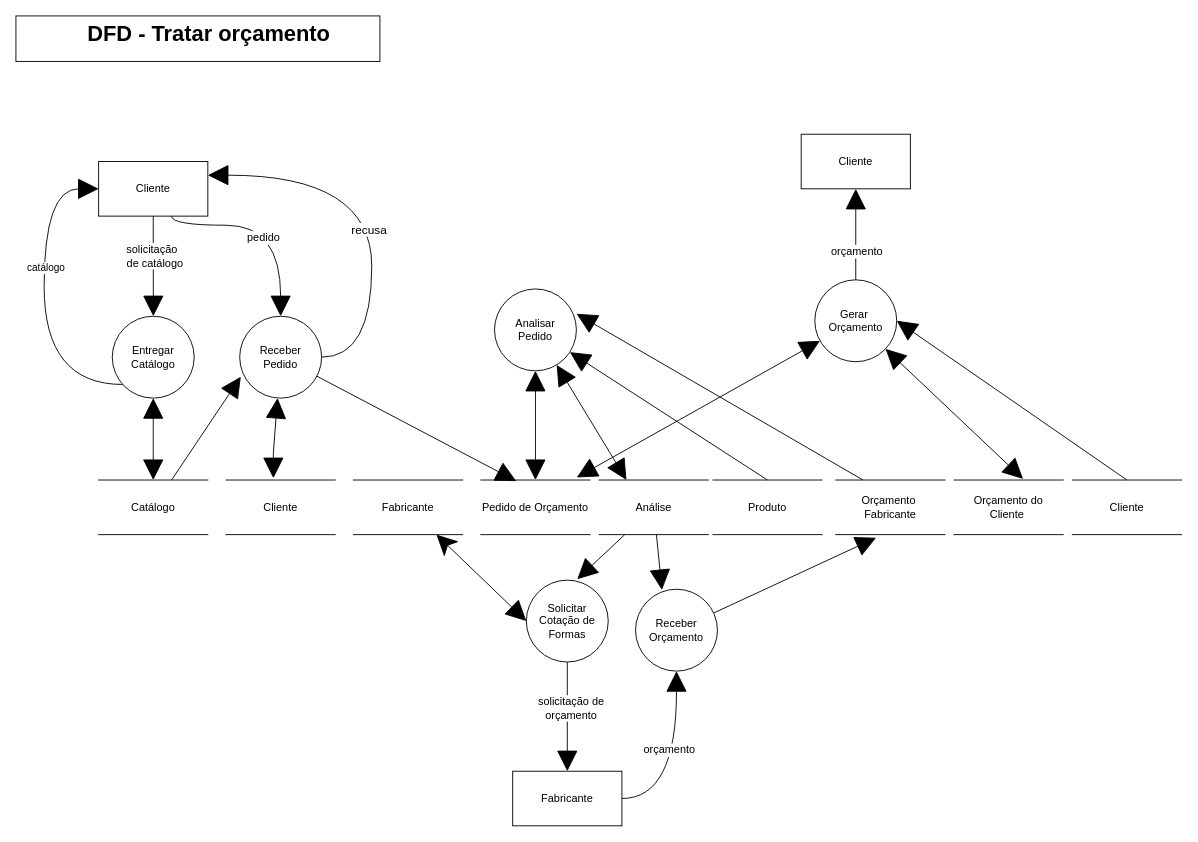
Above: Documentation/DFD Essencial para cada Capacidade/DFD Tratar Orcamento.drawio in Systematicos/FindingApp (draw.io), before the change. Source tidied: cells renumbered, new cells numbered last; positions are measured from the earlier drawing's top-left corner, leaving out a move shared by most shapes. Both pictures are drawn from the tidied source at 91%, with x=0, y=0 at pixel (15, 15).
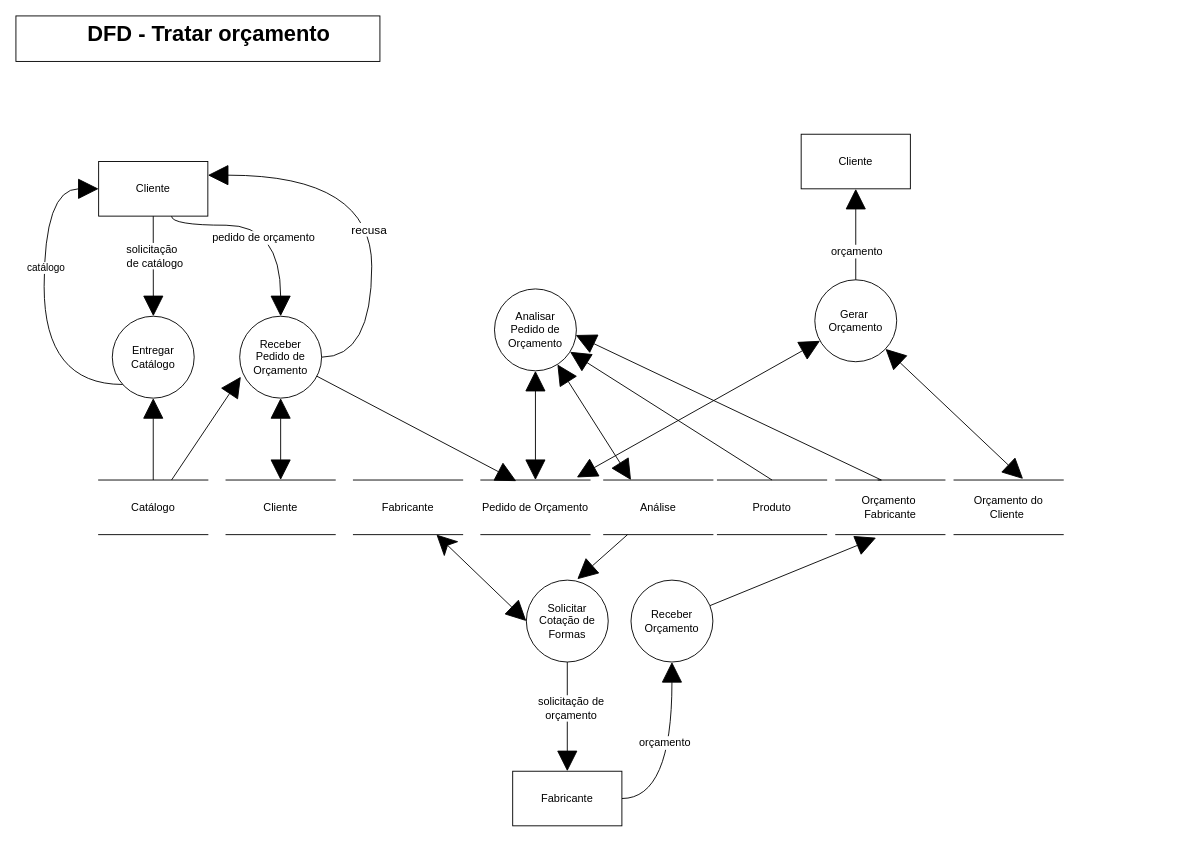
Above is the later version.

The change refers to these unchanged cells:
```xml
<mxCell id="2" style="edgeStyle=orthogonalEdgeStyle;rounded=0;jettySize=auto;html=1;entryX=0.5;entryY=0;entryDx=0;entryDy=0;startArrow=none;startFill=0;endArrow=block;endFill=1;strokeWidth=1;fontSize=14;curved=1;endSize=20;" parent="1" edge="1" source="4" target="15">
  <mxGeometry relative="1" as="geometry">
    <Array as="points">
      <mxPoint x="171" y="230" />
      <mxPoint x="291" y="230" />
    </Array>
  </mxGeometry>
</mxCell>
<mxCell id="10" value="Catálogo" style="shape=partialRectangle;whiteSpace=wrap;html=1;left=0;right=0;fillColor=none;" parent="1" vertex="1">
  <mxGeometry x="90.9" y="510" width="120" height="60" as="geometry" />
</mxCell>
<mxCell id="16" value="Cliente" style="shape=partialRectangle;whiteSpace=wrap;html=1;left=0;right=0;fillColor=none;" parent="1" vertex="1">
  <mxGeometry x="230.9" y="510" width="120" height="60" as="geometry" />
</mxCell>
<mxCell id="42" value="Orçamento&amp;nbsp;&lt;br&gt;Fabricante" style="shape=partialRectangle;whiteSpace=wrap;html=1;left=0;right=0;fillColor=none;" parent="1" vertex="1">
  <mxGeometry x="900.9" y="510" width="120" height="60" as="geometry" />
</mxCell>
```

Diff of the diagram source:
```diff
@@
-    <mxCell id="3" value="pedido" style="edgeLabel;html=1;align=center;verticalAlign=middle;fontSize=12;" parent="2" vertex="1">
+    <mxCell id="3" value="pedido de orçamento" style="edgeLabel;html=1;align=center;verticalAlign=middle;fontSize=12;" parent="2" vertex="1">
       <mxGeometry x="0.24" y="-12" relative="1" as="geometry">
         <mxPoint x="-7.9" as="offset" />
       </mxGeometry>
     </mxCell>
@@
-    <mxCell id="5" style="edgeStyle=orthogonalEdgeStyle;rounded=0;jettySize=auto;html=1;entryX=0.5;entryY=0;entryDx=0;entryDy=0;startArrow=block;startFill=1;fontSize=18;strokeWidth=1;endSize=20;startSize=20;endArrow=block;endFill=1;" parent="1" edge="1" source="8" target="10">
+    <mxCell id="5" style="edgeStyle=orthogonalEdgeStyle;rounded=0;jettySize=auto;html=1;entryX=0.5;entryY=0;entryDx=0;entryDy=0;startArrow=block;startFill=1;fontSize=18;strokeWidth=1;endSize=20;startSize=20;endArrow=none;endFill=0;" parent="1" edge="1" source="8" target="10">
       <mxGeometry relative="1" as="geometry" />
     </mxCell>
@@
-    <mxCell id="8" value="Entregar Catálogo" style="ellipse;whiteSpace=wrap;html=1;" parent="1" vertex="1">
+    <mxCell id="8" value="Entregar Catálogo" style="ellipse;whiteSpace=wrap;html=1;fillColor=#FFFFFF;" parent="1" vertex="1">
       <mxGeometry x="105.9" y="330" width="90" height="90" as="geometry" />
     </mxCell>
@@
-    <mxCell id="11" style="rounded=0;jettySize=auto;html=1;startArrow=block;startFill=1;endArrow=block;endFill=1;endSize=20;strokeWidth=1;fontSize=12;startSize=20;" parent="1" edge="1" source="15">
-      <mxGeometry relative="1" as="geometry">
-        <mxPoint x="282.9" y="508" as="targetPoint" />
-        <Array as="points">
-          <mxPoint x="282.9" y="480" />
-        </Array>
-      </mxGeometry>
-    </mxCell>
@@
+    <mxCell id="50" style="edgeStyle=orthogonalEdgeStyle;rounded=0;jettySize=auto;html=1;exitX=0.5;exitY=1;exitDx=0;exitDy=0;entryX=0.5;entryY=0;entryDx=0;entryDy=0;endArrow=block;endFill=1;endSize=20;startSize=20;startArrow=block;startFill=1;" parent="1" edge="1" source="15" target="16">
+      <mxGeometry relative="1" as="geometry" />
+    </mxCell>
-    <mxCell id="15" value="Receber&lt;br&gt;Pedido" style="ellipse;whiteSpace=wrap;html=1;" parent="1" vertex="1">
+    <mxCell id="15" value="Receber Pedido&amp;nbsp;de Orçamento" style="ellipse;whiteSpace=wrap;html=1;fillColor=#FFFFFF;" parent="1" vertex="1">
       <mxGeometry x="245.9" y="330" width="90" height="90" as="geometry" />
     </mxCell>
@@
     <mxCell id="18" value="Produto" style="shape=partialRectangle;whiteSpace=wrap;html=1;left=0;right=0;fillColor=none;" parent="1" vertex="1">
-      <mxGeometry x="765.9" y="510" width="120" height="60" as="geometry" />
+      <mxGeometry x="770.9" y="510" width="120" height="60" as="geometry" />
     </mxCell>
@@
-    <mxCell id="25" value="Analisar&lt;br&gt;Pedido" style="ellipse;whiteSpace=wrap;html=1;" parent="1" vertex="1">
+    <mxCell id="25" value="Analisar&lt;br&gt;Pedido de Orçamento" style="ellipse;whiteSpace=wrap;html=1;fillColor=#FFFFFF;" parent="1" vertex="1">
       <mxGeometry x="525.9" y="300" width="90" height="90" as="geometry" />
     </mxCell>
@@
-    <mxCell id="31" value="Solicitar Cotação de Formas" style="ellipse;whiteSpace=wrap;html=1;" parent="1" vertex="1">
+    <mxCell id="31" value="Solicitar Cotação de Formas" style="ellipse;whiteSpace=wrap;html=1;fillColor=#FFFFFF;" parent="1" vertex="1">
       <mxGeometry x="560.9" y="620" width="90" height="90" as="geometry" />
     </mxCell>
@@
     <mxCell id="33" value="Receber Orçamento" style="ellipse;whiteSpace=wrap;html=1;" parent="1" vertex="1">
-      <mxGeometry x="680.9" y="630" width="90" height="90" as="geometry" />
+      <mxGeometry x="675.9" y="620" width="90" height="90" as="geometry" />
     </mxCell>
@@
-    <mxCell id="35" style="edgeStyle=none;rounded=0;jettySize=auto;html=1;entryX=0.322;entryY=0.01;entryDx=0;entryDy=0;entryPerimeter=0;startArrow=none;startFill=0;endSize=20;strokeWidth=1;endArrow=block;endFill=1;" parent="1" edge="1" source="36" target="33">
-      <mxGeometry relative="1" as="geometry" />
-    </mxCell>
     <mxCell id="36" value="Análise" style="shape=partialRectangle;whiteSpace=wrap;html=1;left=0;right=0;fillColor=none;" parent="1" vertex="1">
-      <mxGeometry x="640.9" y="510" width="120" height="60" as="geometry" />
+      <mxGeometry x="645.9" y="510" width="120" height="60" as="geometry" />
     </mxCell>
@@
-    <mxCell id="39" style="edgeStyle=none;rounded=0;jettySize=auto;html=1;entryX=0.5;entryY=0;entryDx=0;entryDy=0;startArrow=block;startFill=1;startSize=20;endArrow=none;endFill=0;endSize=20;strokeWidth=1;fontSize=12;exitX=1;exitY=0.5;exitDx=0;exitDy=0;" parent="1" edge="1" source="40" target="47">
-      <mxGeometry relative="1" as="geometry" />
-    </mxCell>
-    <mxCell id="40" value="Gerar&amp;nbsp;&lt;br&gt;Orçamento" style="ellipse;whiteSpace=wrap;html=1;" parent="1" vertex="1">
+    <mxCell id="40" value="Gerar&amp;nbsp;&lt;br&gt;Orçamento" style="ellipse;whiteSpace=wrap;html=1;fillColor=#FFFFFF;" parent="1" vertex="1">
       <mxGeometry x="877.9" y="290" width="90" height="90" as="geometry" />
     </mxCell>
-    <mxCell id="41" style="rounded=0;jettySize=auto;html=1;entryX=1.002;entryY=0.304;entryDx=0;entryDy=0;entryPerimeter=0;startArrow=none;startFill=0;exitX=0.25;exitY=0;exitDx=0;exitDy=0;strokeWidth=1;endSize=20;endArrow=block;endFill=1;" parent="1" edge="1" source="42" target="25">
-      <mxGeometry relative="1" as="geometry" />
+    <mxCell id="41" style="rounded=0;jettySize=auto;html=1;startArrow=none;startFill=0;exitX=0.384;exitY=0;exitDx=0;exitDy=0;strokeWidth=1;endSize=20;endArrow=block;endFill=1;exitPerimeter=0;entryX=0.991;entryY=0.563;entryDx=0;entryDy=0;entryPerimeter=0;" parent="1" edge="1" source="42" target="25">
+      <mxGeometry relative="1" as="geometry">
+        <Array as="points">
+          <mxPoint x="951" y="510" />
+        </Array>
+      </mxGeometry>
     </mxCell>
@@
-    <mxCell id="47" value="Cliente" style="shape=partialRectangle;whiteSpace=wrap;html=1;left=0;right=0;fillColor=none;" parent="1" vertex="1">
-      <mxGeometry x="1160.9" y="510" width="120" height="60" as="geometry" />
-    </mxCell>
```
